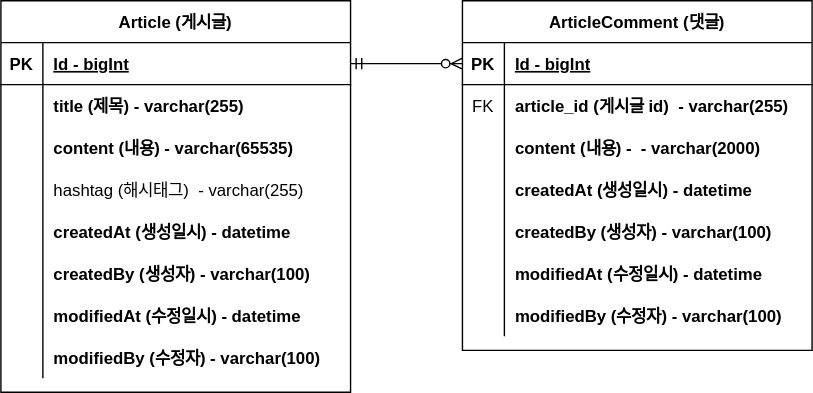
TaemHam/board-clonecoding-project keeps this draw.io diagram as document/project-board-erd.svg. Above is the earlier version. Source tidied: cells renumbered, new cells last; positions are measured from the earlier drawing's top-left corner, leaving out a move shared by most shapes.
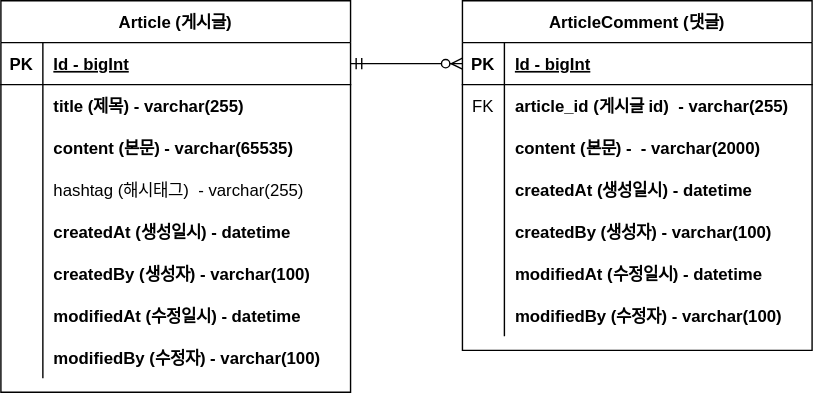
After the change.

Commit message:
#8 - ERD 주석 업데이트: project-board-erd.svg

What changed in the source:
```diff
@@ -29,7 +29,7 @@
     <mxCell id="10" style="shape=partialRectangle;overflow=hidden;fillColor=none;top=0;left=0;bottom=0;right=0;" parent="9" vertex="1">
       <mxGeometry width="30" height="30" as="geometry" />
     </mxCell>
-    <mxCell id="11" value="content (내용) - varchar(65535)" style="shape=partialRectangle;overflow=hidden;fillColor=none;top=0;left=0;bottom=0;right=0;align=left;spacingLeft=6;fontStyle=1;" parent="9" vertex="1">
+    <mxCell id="11" value="content (본문) - varchar(65535)" style="shape=partialRectangle;overflow=hidden;fillColor=none;top=0;left=0;bottom=0;right=0;align=left;spacingLeft=6;fontStyle=1;" parent="9" vertex="1">
       <mxGeometry x="30" width="220" height="30" as="geometry" />
     </mxCell>
     <mxCell id="12" style="shape=partialRectangle;fillColor=none;top=0;left=0;right=0;bottom=0;" parent="2" vertex="1">
@@ -104,7 +104,7 @@
     <mxCell id="35" style="shape=partialRectangle;overflow=hidden;fillColor=none;top=0;left=0;bottom=0;right=0;" parent="34" vertex="1">
       <mxGeometry width="30" height="30" as="geometry" />
     </mxCell>
-    <mxCell id="36" value="content (내용) -  - varchar(2000)" style="shape=partialRectangle;overflow=hidden;fillColor=none;top=0;left=0;bottom=0;right=0;align=left;spacingLeft=6;fontStyle=1;" parent="34" vertex="1">
+    <mxCell id="36" value="content (본문) -  - varchar(2000)" style="shape=partialRectangle;overflow=hidden;fillColor=none;top=0;left=0;bottom=0;right=0;align=left;spacingLeft=6;fontStyle=1;" parent="34" vertex="1">
       <mxGeometry x="30" width="220" height="30" as="geometry" />
     </mxCell>
     <mxCell id="37" style="shape=partialRectangle;fillColor=none;top=0;left=0;right=0;bottom=0;" parent="27" vertex="1">
```
